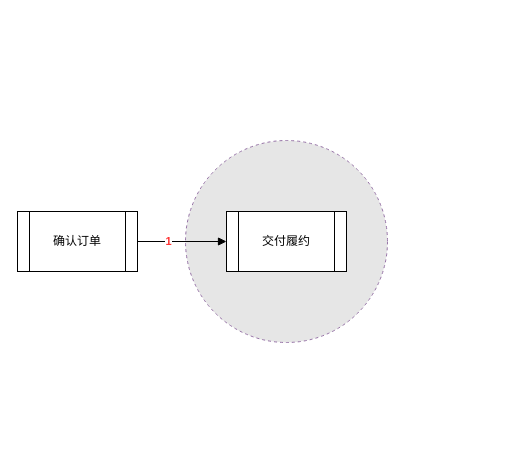
Earlier version of the draw.io diagram docs/EA.drawio (lokiworks/codebase). Source tidied: cells renumbered, new cells numbered last; positions are measured from the earlier drawing's top-left corner, leaving out a move shared by most shapes. Both pictures are drawn from the tidied source at 100%, with x=0, y=0 at pixel (17, 140).
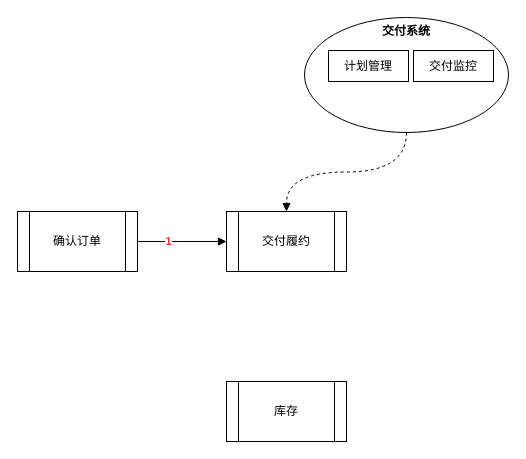
After the change.

Change to the diagram source:
```diff
@@
 <mxGraphModel>
   <root>
     <mxCell id="0" />
     <mxCell id="1" parent="0" />
-    <mxCell id="2" style="ellipse;whiteSpace=wrap;html=1;dashed=1;fillColor=#E6E6E6;strokeColor=#9673a6;" parent="1" vertex="1">
-      <mxGeometry x="168" width="202" height="202" as="geometry" />
-    </mxCell>
     <mxCell id="3" value="1" style="edgeStyle=orthogonalEdgeStyle;rounded=0;jettySize=auto;html=1;exitX=1;exitY=0.5;exitDx=0;exitDy=0;entryX=0;entryY=0.5;entryDx=0;entryDy=0;endArrow=block;endFill=1;fontColor=#FF3333;fontStyle=1;" parent="1" edge="1" source="4" target="5">
       <mxGeometry x="-0.3" relative="1" as="geometry" />
     </mxCell>
     <mxCell id="4" value="确认订单" style="shape=process;whiteSpace=wrap;html=1;backgroundOutline=1;" parent="1" vertex="1">
       <mxGeometry y="71" width="120" height="60" as="geometry" />
     </mxCell>
     <mxCell id="5" value="交付履约" style="shape=process;whiteSpace=wrap;html=1;backgroundOutline=1;" parent="1" vertex="1">
       <mxGeometry x="209" y="71" width="120" height="60" as="geometry" />
     </mxCell>
+    <mxCell id="6" style="edgeStyle=orthogonalEdgeStyle;rounded=0;jettySize=auto;html=1;exitX=0.5;exitY=1;exitDx=0;exitDy=0;fontColor=#000000;endArrow=block;endFill=1;dashed=1;entryX=0.5;entryY=0;entryDx=0;entryDy=0;curved=1;" parent="1" edge="1" source="7" target="5">
+      <mxGeometry relative="1" as="geometry" />
+    </mxCell>
+    <mxCell id="7" value="交付系统" style="ellipse;whiteSpace=wrap;html=1;fontColor=#000000;fillColor=#FFFFFF;verticalAlign=top;fontStyle=1;" parent="1" vertex="1">
+      <mxGeometry x="287" y="-123" width="204" height="115" as="geometry" />
+    </mxCell>
+    <mxCell id="8" value="&lt;font color=&quot;#000000&quot;&gt;计划管理&lt;/font&gt;" style="rounded=0;whiteSpace=wrap;html=1;fontColor=#FF3333;fillColor=#FFFFFF;" parent="1" vertex="1">
+      <mxGeometry x="311" y="-90" width="80" height="31" as="geometry" />
+    </mxCell>
+    <mxCell id="9" value="&lt;font color=&quot;#000000&quot;&gt;交付监控&lt;/font&gt;" style="rounded=0;whiteSpace=wrap;html=1;fontColor=#FF3333;fillColor=#FFFFFF;" parent="1" vertex="1">
+      <mxGeometry x="396" y="-90" width="80" height="31" as="geometry" />
+    </mxCell>
+    <mxCell id="10" value="库存" style="shape=process;whiteSpace=wrap;html=1;backgroundOutline=1;" parent="1" vertex="1">
+      <mxGeometry x="209" y="241" width="120" height="60" as="geometry" />
+    </mxCell>
   </root>
 </mxGraphModel>
```
